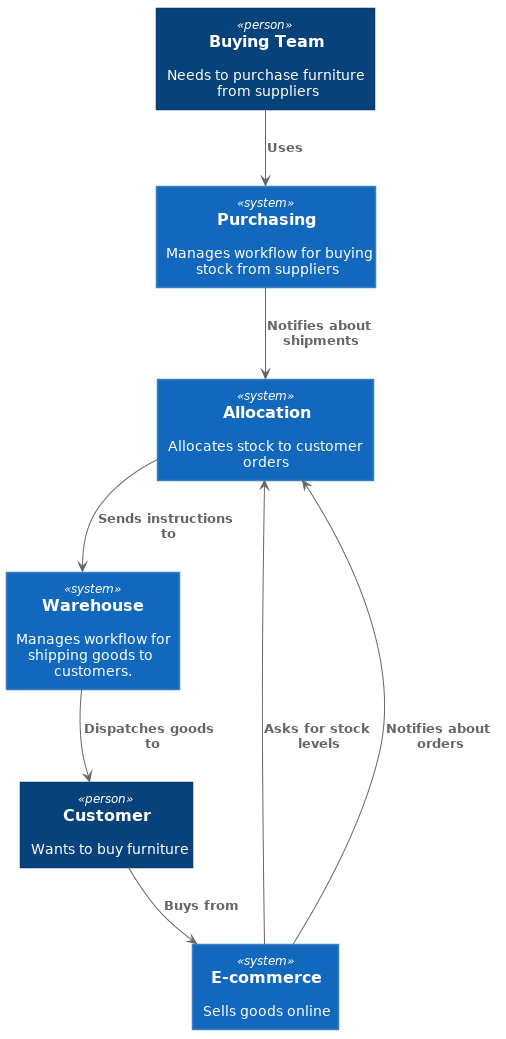
Above: images/allocation_context_diagram.png in cosmicpython/book (PlantUML), before the change.
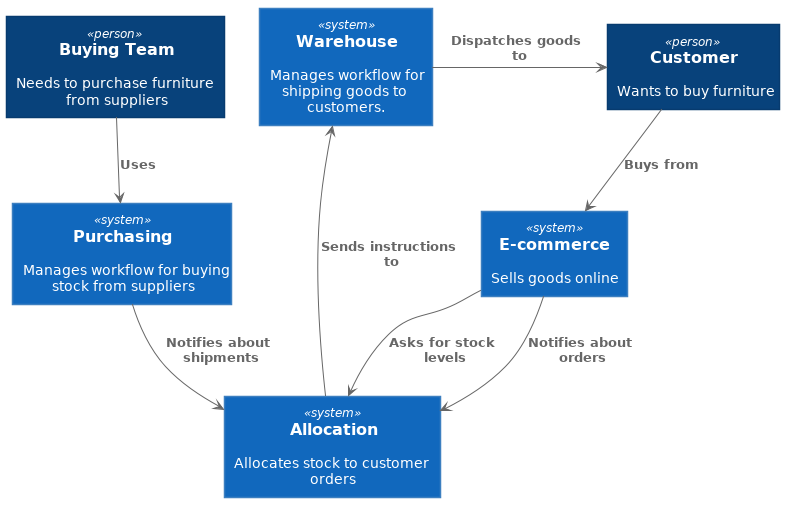
The same diagram one commit later.

Commit message:
mess about with context diagram layout

What changed in the source:
```diff
@@ -166,12 +166,14 @@
 rectangle "==E-commerce\n\n Sells goods online" <<system>> as ecom
 rectangle "==Warehouse\n\n Manages workflow for shipping goods to customers." <<system>> as warehouse
 
-customer --> ecom : "===Buys from"
 buyer --> procurement : "===Uses"
 procurement --> systema : "===Notifies about shipments"
+customer --> ecom : "===Buys from"
 ecom --> systema : "===Asks for stock levels"
 ecom --> systema : "===Notifies about orders"
-systema --> warehouse : "===Sends instructions to"
-warehouse --> customer : "===Dispatches goods to"
+systema -RIGHT-> warehouse : "===Sends instructions to"
+warehouse -RIGHT-> customer : "===Dispatches goods to"
+ecom -[hidden]U- warehouse
+buyer -[hidden]R- warehouse
 
 @enduml
```
